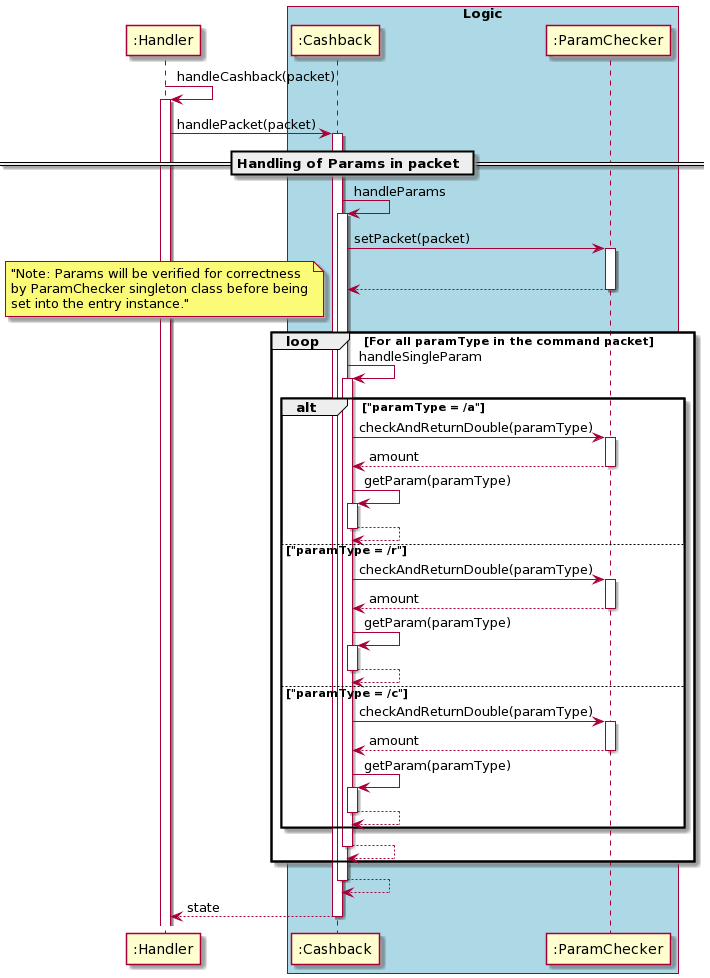
Earlier version of the PlantUML export docs/uml_images/financetools/Cashback/CashbackSequenceDiagram(1).png (nus-cs2113-AY2021S1/tp).
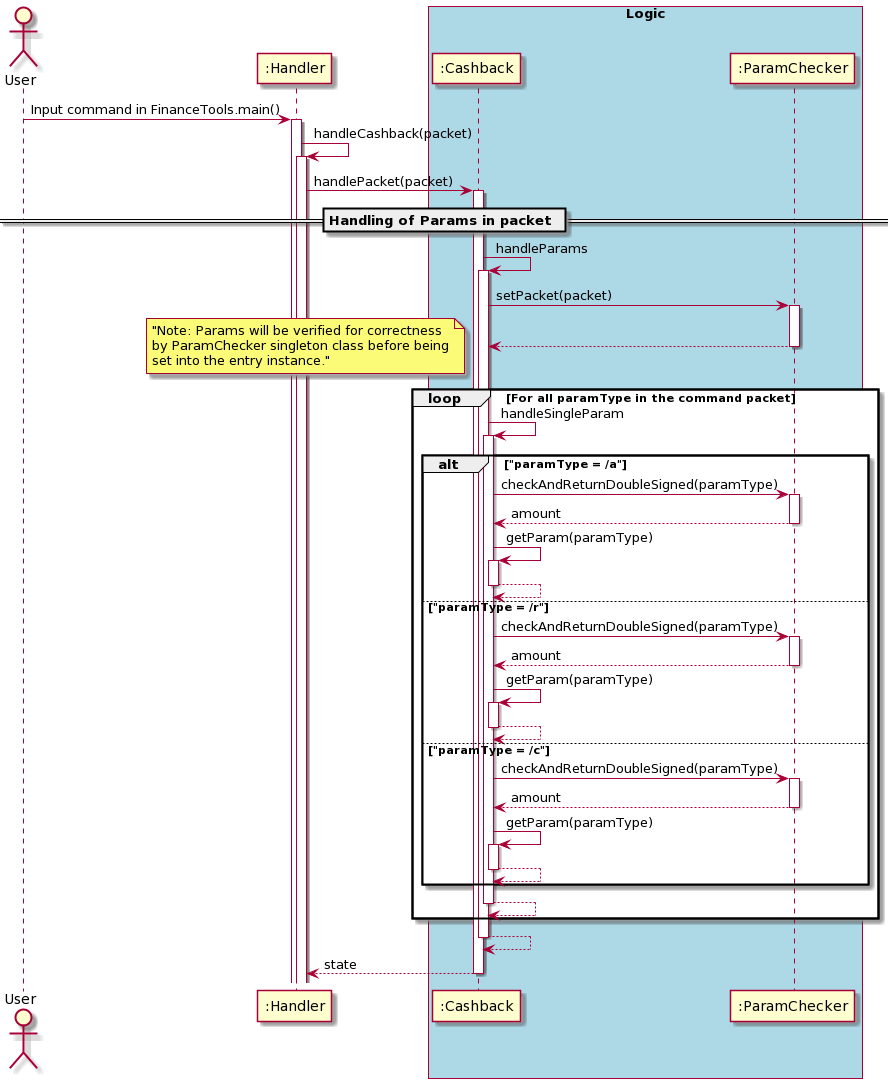
The same file after the commit.

Diff of the diagram source:
```diff
@@ -1,6 +1,8 @@
 @startuml
 autoactivate on
+actor User
 
+"User" -> ":Handler": Input command in FinanceTools.main()
 ":Handler" ->":Handler": handleCashback(packet)
 
    ":Handler"-> ":Cashback" : handlePacket(packet)
@@ -13,17 +15,17 @@
                 note left: "Note: Params will be verified for correctness\nby ParamChecker singleton class before being\nset into the entry instance."
                 ":Cashback" -> ":Cashback" : handleSingleParam
                     alt "paramType = /a"
-                        ":Cashback" ->":ParamChecker": checkAndReturnDouble(paramType)
+                        ":Cashback" ->":ParamChecker": checkAndReturnDoubleSigned(paramType)
                         return amount
                         ":Cashback" -> ":Cashback" : getParam(paramType)
                         return
                     else "paramType = /r"
-                        ":Cashback" ->":ParamChecker": checkAndReturnDouble(paramType)
+                        ":Cashback" ->":ParamChecker": checkAndReturnDoubleSigned(paramType)
                         return amount
                         ":Cashback" -> ":Cashback" : getParam(paramType)
                         return
                     else "paramType = /c"
-                        ":Cashback" ->":ParamChecker": checkAndReturnDouble(paramType)
+                        ":Cashback" ->":ParamChecker": checkAndReturnDoubleSigned(paramType)
                         return amount
                         ":Cashback" -> ":Cashback" : getParam(paramType)
                         return
```
